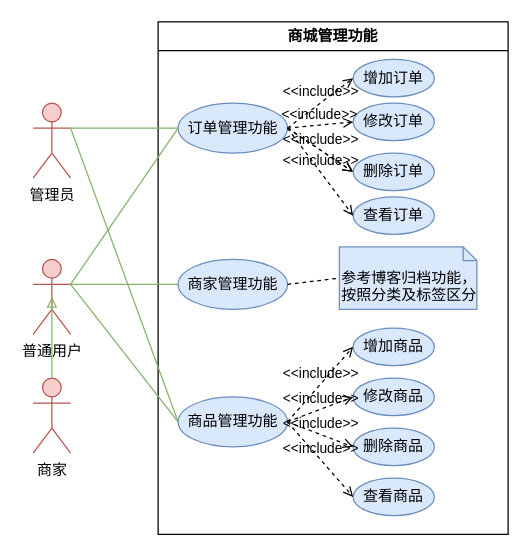
Before: 海洋生物百科/用例图/商城管理功能.drawio in Running-Turtle1/Graph, a draw.io diagram. Source tidied: cells renumbered, new cells numbered last; positions are measured from the earlier drawing's top-left corner, leaving out a move shared by most shapes. Both pictures are drawn from the tidied source at 125%, with x=0, y=0 at pixel (32, 21).
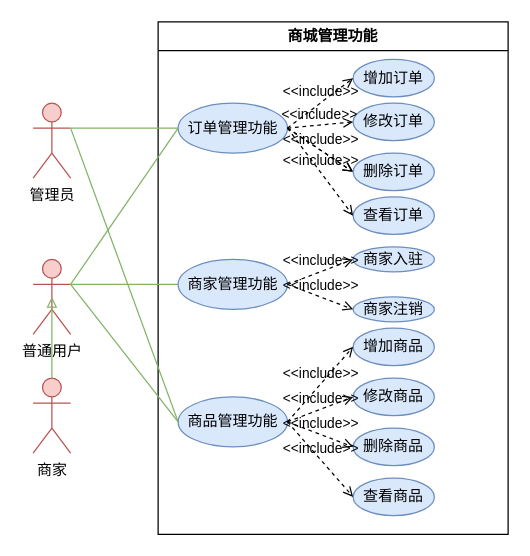
After the change.

Commit message (it also covers changes not shown here):
更新商城管理功能.drawio

Unchanged cells that the change refers to:
```xml
<mxCell id="2" value="商城管理功能" style="swimlane;whiteSpace=wrap;html=1;" parent="1" vertex="1">
  <mxGeometry x="100" width="280" height="410" as="geometry" />
</mxCell>
<mxCell id="4" value="商家管理功能" style="ellipse;whiteSpace=wrap;html=1;fillColor=#dae8fc;strokeColor=#6c8ebf;" parent="2" vertex="1">
  <mxGeometry x="16" y="190" width="87.5" height="40" as="geometry" />
</mxCell>
```

The edit, as a diff of the source:
```diff
@@
-    <mxCell id="21" value="参考博客归档功能，按照分类及标签区分" style="shape=note2;boundedLbl=1;whiteSpace=wrap;html=1;size=11;verticalAlign=top;align=left;fillColor=#dae8fc;strokeColor=#6c8ebf;" parent="2" vertex="1">
-      <mxGeometry x="145" y="180" width="110" height="50" as="geometry" />
-    </mxCell>
@@
-    <mxCell id="24" style="endArrow=none;dashed=1;html=1;rounded=0;exitX=1;exitY=0.5;exitDx=0;exitDy=0;entryX=0;entryY=0.5;entryDx=0;entryDy=0;entryPerimeter=0;" parent="2" edge="1" source="4" target="21">
-      <mxGeometry relative="1" as="geometry" />
-    </mxCell>
+    <mxCell id="34" value="商家入驻" style="ellipse;whiteSpace=wrap;html=1;fillColor=#dae8fc;strokeColor=#6c8ebf;" parent="2" vertex="1">
+      <mxGeometry x="156" y="180" width="65" height="20" as="geometry" />
+    </mxCell>
+    <mxCell id="35" value="&amp;lt;&amp;lt;include&amp;gt;&amp;gt;" style="html=1;verticalAlign=bottom;labelBackgroundColor=none;endArrow=open;endFill=0;dashed=1;rounded=0;exitX=1;exitY=0.5;exitDx=0;exitDy=0;entryX=0;entryY=0.5;entryDx=0;entryDy=0;" parent="2" edge="1" source="4" target="34">
+      <mxGeometry relative="1" as="geometry" />
+    </mxCell>
+    <mxCell id="36" value="商家注销" style="ellipse;whiteSpace=wrap;html=1;fillColor=#dae8fc;strokeColor=#6c8ebf;" parent="2" vertex="1">
+      <mxGeometry x="156" y="220" width="65" height="20" as="geometry" />
+    </mxCell>
+    <mxCell id="37" value="&amp;lt;&amp;lt;include&amp;gt;&amp;gt;" style="html=1;verticalAlign=bottom;labelBackgroundColor=none;endArrow=open;endFill=0;dashed=1;rounded=0;exitX=1;exitY=0.5;exitDx=0;exitDy=0;entryX=0;entryY=0.5;entryDx=0;entryDy=0;" parent="2" edge="1" source="4" target="36">
+      <mxGeometry relative="1" as="geometry" />
+    </mxCell>
```
